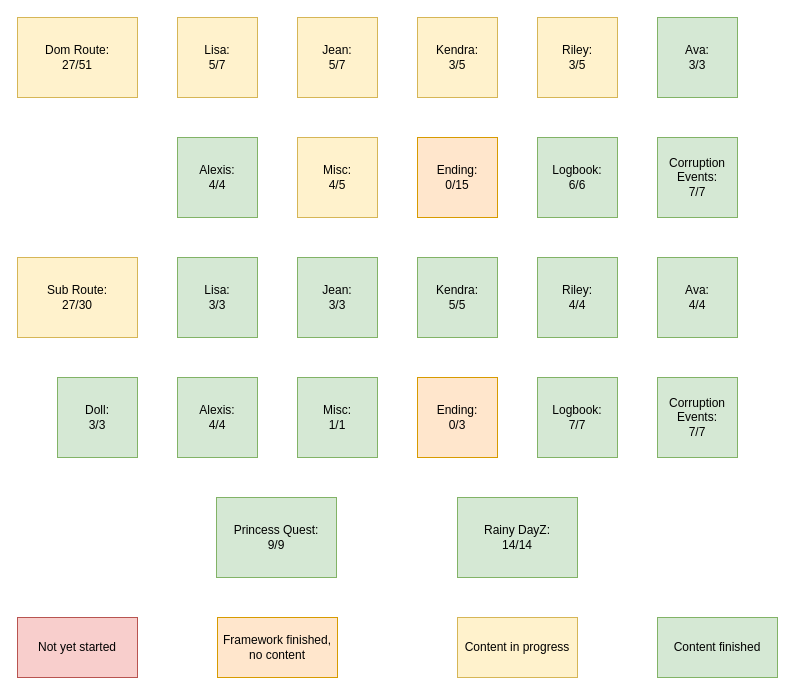
Earlier version of the draw.io diagram Human Alteration App/scripts/gamefiles/Untitled Diagram.drawio (NoodleJacuzzi/noodlejacuzzi.github.io). Source tidied: cells renumbered, new cells numbered last; positions are measured from the earlier drawing's top-left corner, leaving out a move shared by most shapes. Both pictures are drawn from the tidied source at 100%, with x=0, y=0 at pixel (17, 17).
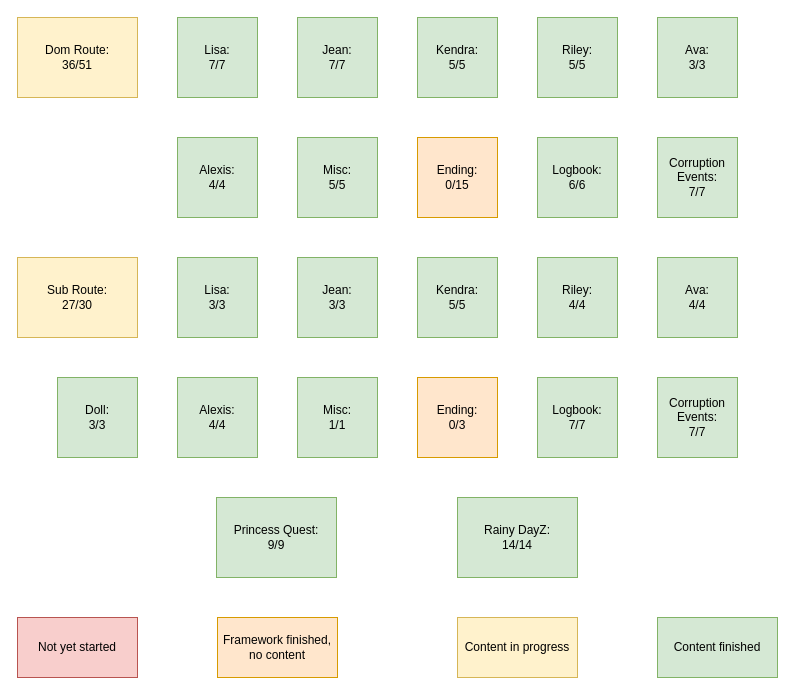
Above is the later version.

What changed in the source:
```diff
@@
-    <mxCell id="2" value="&lt;div&gt;Dom Route:&lt;/div&gt;&lt;div&gt;27/51&lt;br&gt;&lt;/div&gt;" style="rounded=0;whiteSpace=wrap;html=1;fillColor=#fff2cc;strokeColor=#d6b656;" parent="1" vertex="1">
+    <mxCell id="2" value="&lt;div&gt;Dom Route:&lt;/div&gt;&lt;div&gt;36/51&lt;br&gt;&lt;/div&gt;" style="rounded=0;whiteSpace=wrap;html=1;fillColor=#fff2cc;strokeColor=#d6b656;" parent="1" vertex="1">
       <mxGeometry width="120" height="80" as="geometry" />
     </mxCell>
-    <mxCell id="3" value="&lt;div&gt;Lisa:&lt;/div&gt;&lt;div&gt;5/7&lt;br&gt;&lt;/div&gt;" style="rounded=0;whiteSpace=wrap;html=1;fillColor=#fff2cc;strokeColor=#d6b656;" parent="1" vertex="1">
+    <mxCell id="3" value="&lt;div&gt;Lisa:&lt;/div&gt;&lt;div&gt;7/7&lt;br&gt;&lt;/div&gt;" style="rounded=0;whiteSpace=wrap;html=1;fillColor=#d5e8d4;strokeColor=#82b366;" parent="1" vertex="1">
       <mxGeometry x="160" width="80" height="80" as="geometry" />
     </mxCell>
-    <mxCell id="4" value="&lt;div&gt;Jean:&lt;/div&gt;&lt;div&gt;5/7&lt;br&gt;&lt;/div&gt;" style="rounded=0;whiteSpace=wrap;html=1;fillColor=#fff2cc;strokeColor=#d6b656;" parent="1" vertex="1">
+    <mxCell id="4" value="&lt;div&gt;Jean:&lt;/div&gt;&lt;div&gt;7/7&lt;br&gt;&lt;/div&gt;" style="rounded=0;whiteSpace=wrap;html=1;fillColor=#d5e8d4;strokeColor=#82b366;" parent="1" vertex="1">
       <mxGeometry x="280" width="80" height="80" as="geometry" />
     </mxCell>
-    <mxCell id="5" value="&lt;div&gt;Kendra:&lt;/div&gt;&lt;div&gt;3/5&lt;br&gt;&lt;/div&gt;" style="rounded=0;whiteSpace=wrap;html=1;fillColor=#fff2cc;strokeColor=#d6b656;" parent="1" vertex="1">
+    <mxCell id="5" value="&lt;div&gt;Kendra:&lt;/div&gt;&lt;div&gt;5/5&lt;br&gt;&lt;/div&gt;" style="rounded=0;whiteSpace=wrap;html=1;fillColor=#d5e8d4;strokeColor=#82b366;" parent="1" vertex="1">
       <mxGeometry x="400" width="80" height="80" as="geometry" />
     </mxCell>
-    <mxCell id="6" value="&lt;div&gt;Riley:&lt;/div&gt;&lt;div&gt;3/5&lt;br&gt;&lt;/div&gt;" style="rounded=0;whiteSpace=wrap;html=1;fillColor=#fff2cc;strokeColor=#d6b656;" parent="1" vertex="1">
+    <mxCell id="6" value="&lt;div&gt;Riley:&lt;/div&gt;&lt;div&gt;5/5&lt;br&gt;&lt;/div&gt;" style="rounded=0;whiteSpace=wrap;html=1;fillColor=#d5e8d4;strokeColor=#82b366;" parent="1" vertex="1">
       <mxGeometry x="520" width="80" height="80" as="geometry" />
     </mxCell>
@@
-    <mxCell id="23" value="&lt;div&gt;Misc:&lt;/div&gt;&lt;div&gt;4/5&lt;br&gt;&lt;/div&gt;" style="rounded=0;whiteSpace=wrap;html=1;fillColor=#fff2cc;strokeColor=#d6b656;" parent="1" vertex="1">
+    <mxCell id="23" value="&lt;div&gt;Misc:&lt;/div&gt;&lt;div&gt;5/5&lt;br&gt;&lt;/div&gt;" style="rounded=0;whiteSpace=wrap;html=1;fillColor=#d5e8d4;strokeColor=#82b366;" parent="1" vertex="1">
       <mxGeometry x="280" y="120" width="80" height="80" as="geometry" />
     </mxCell>
```
